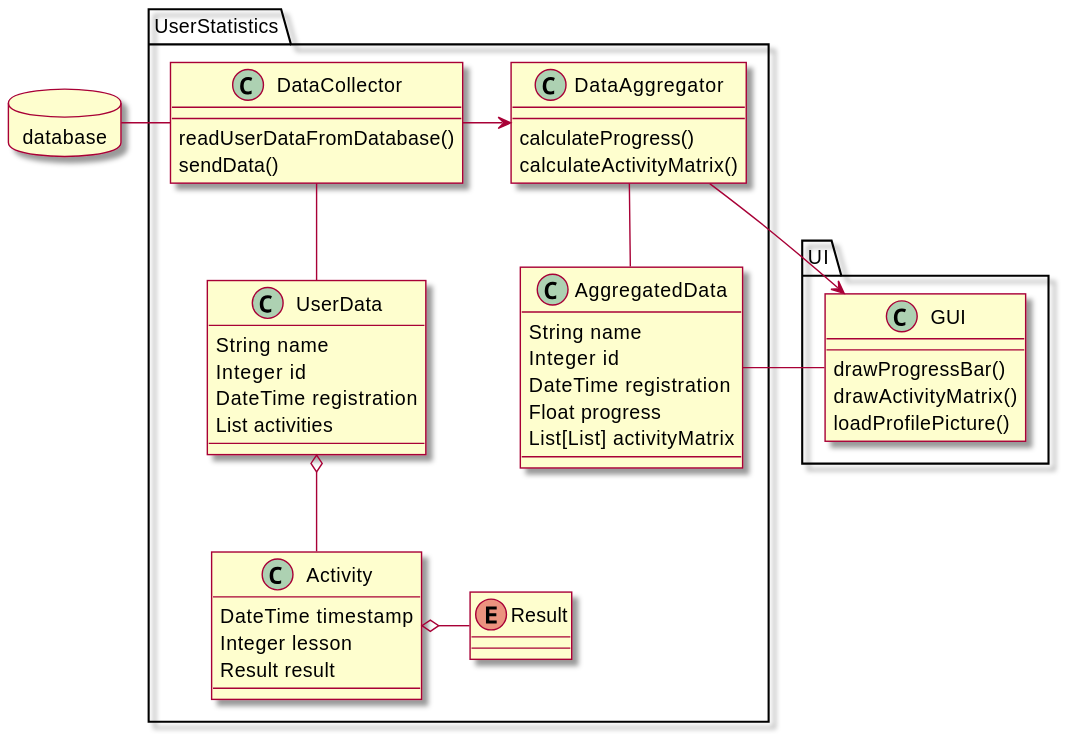
This is lectures/figures/user_statistics/class_2.svg from pintergreg/software-engineering, a PlantUML export, as it was before one commit. Source of this version:
```plantuml
@startuml
skin rose

package database <<Database>> {
}

package UI {
  class GUI {
    drawProgressBar()
    drawActivityMatrix()
    loadProfilePicture()
  }
}
package UserStatistics {
  class UserData {
    String name
    Integer id
    DateTime registration
    List activities
  }
  class Activity {
    DateTime timestamp
    Integer lesson
    Result result
  }
  Enum Result {
  }
  class DataCollector {
    readUserDataFromDatabase()
    sendData()
  }
    class DataAggregator {
    calculateProgress()
    calculateActivityMatrix()
  }
  class AggregatedData {
    String name
    Integer id
    DateTime registration
    Float progress
    List[List] activityMatrix
  }
}

AggregatedData -right- GUI
AggregatedData -up- DataAggregator
DataCollector -right-> DataAggregator
DataAggregator -right-> GUI


Result -left-o Activity
UserData o-- Activity

DataCollector -- UserData

DataCollector -left- database
@enduml
```
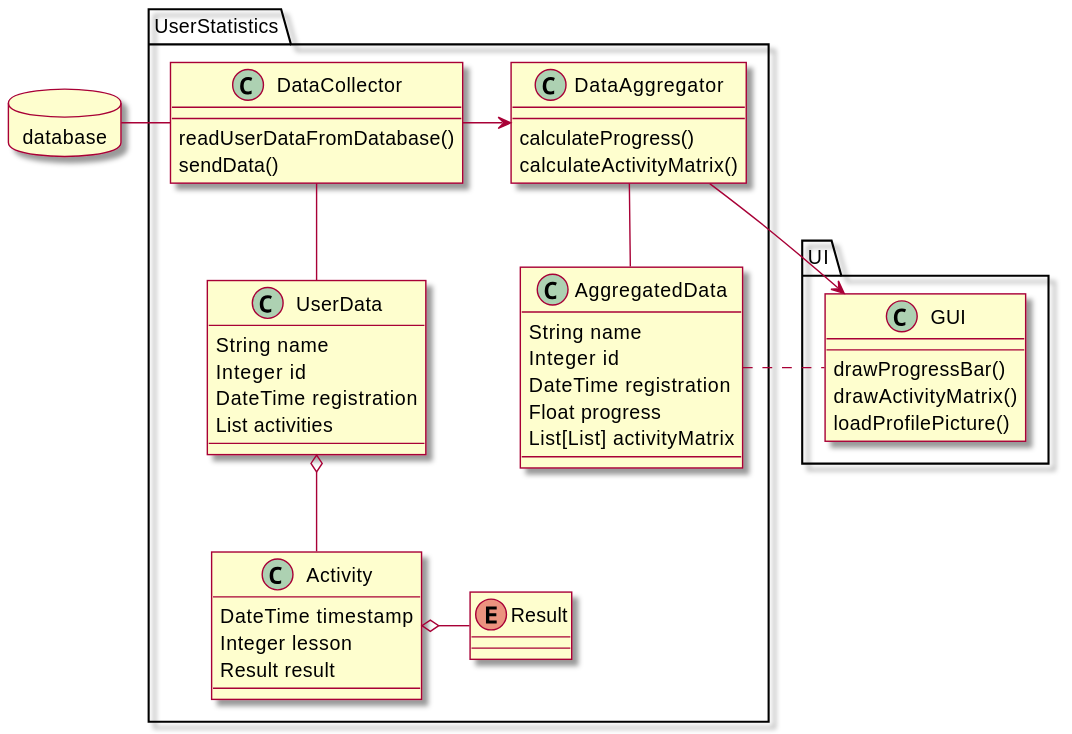
The same file after the commit.

What changed in the source:
```diff
@@ -42,7 +42,7 @@
   }
 }
 
-AggregatedData -right- GUI
+AggregatedData .right. GUI
 AggregatedData -up- DataAggregator
 DataCollector -right-> DataAggregator
 DataAggregator -right-> GUI
```
